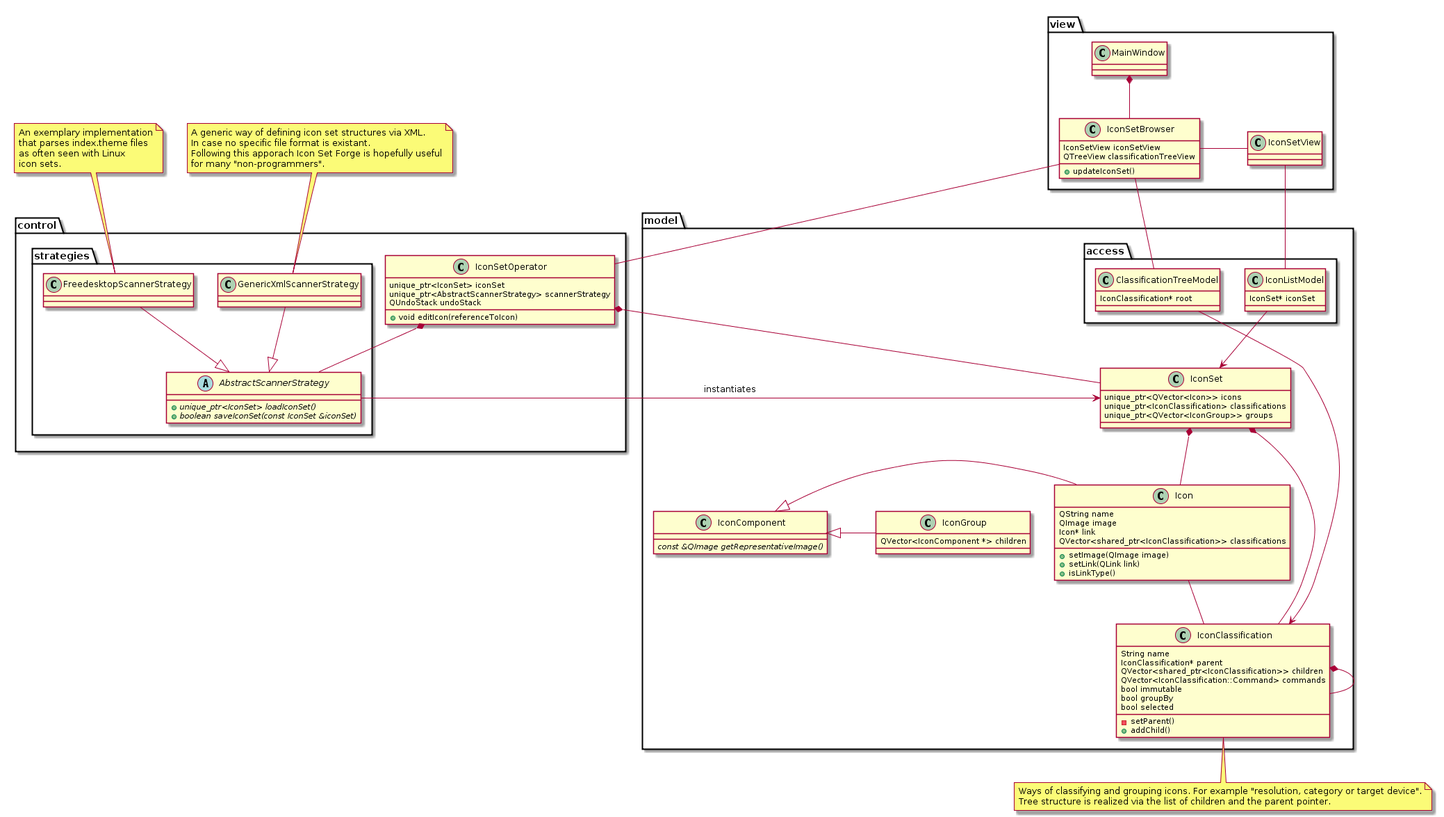
Earlier version of the PlantUML export Concept/UML/classes.png (Manuel-Kehl/Icon-Set-Forge).
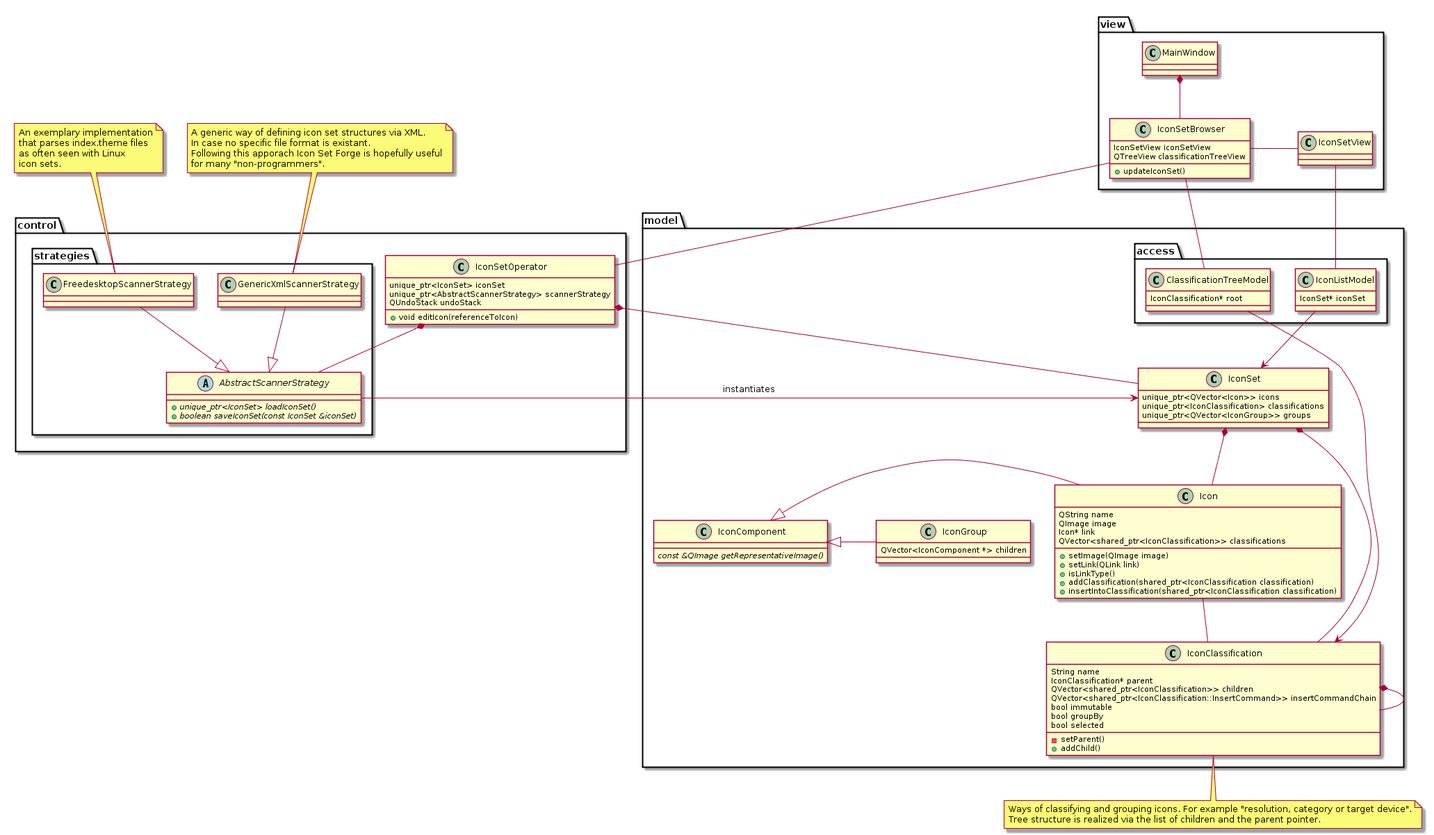
After the commit.

Commit message:
Updated the class diagram to resemble the latest changes.

Diff of the diagram source:
```diff
@@ -37,7 +37,7 @@
 		String name
 		IconClassification* parent
 		QVector<shared_ptr<IconClassification>> children
-		QVector<IconClassification::Command> commands
+		QVector<shared_ptr<IconClassification::InsertCommand>> insertCommandChain
 		bool immutable
 		bool groupBy
 		bool selected
@@ -67,6 +67,8 @@
 		+setImage(QImage image)
 		+setLink(QLink link)
 		+isLinkType()
+		+addClassification(shared_ptr<IconClassification classification)
+		+insertIntoClassification(shared_ptr<IconClassification classification)
 	}
 
 	package access {
```
